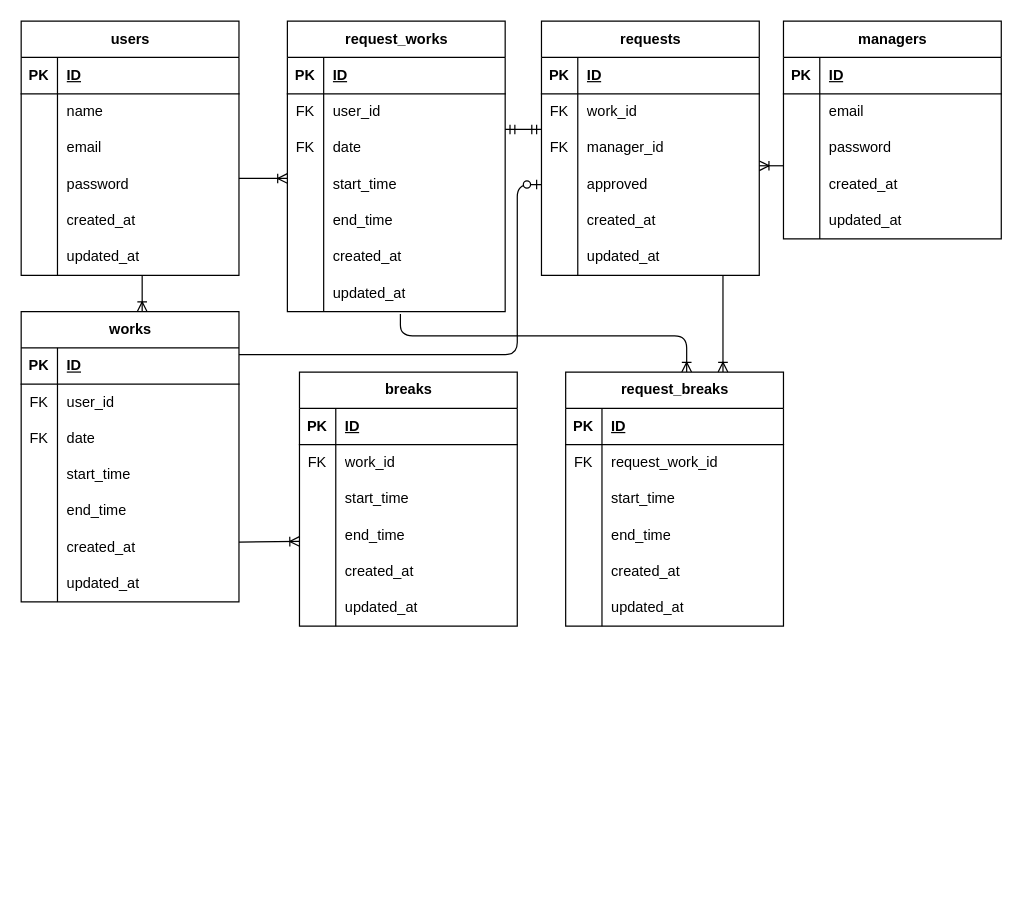
Above: kintai-app.dio in aya1204/kintai-app (draw.io), before the change. Source tidied: cells renumbered, new cells numbered last; positions are measured from the earlier drawing's top-left corner, leaving out a move shared by most shapes. Both pictures are drawn from the tidied source at 121%, with x=0, y=0 at pixel (21, 21).
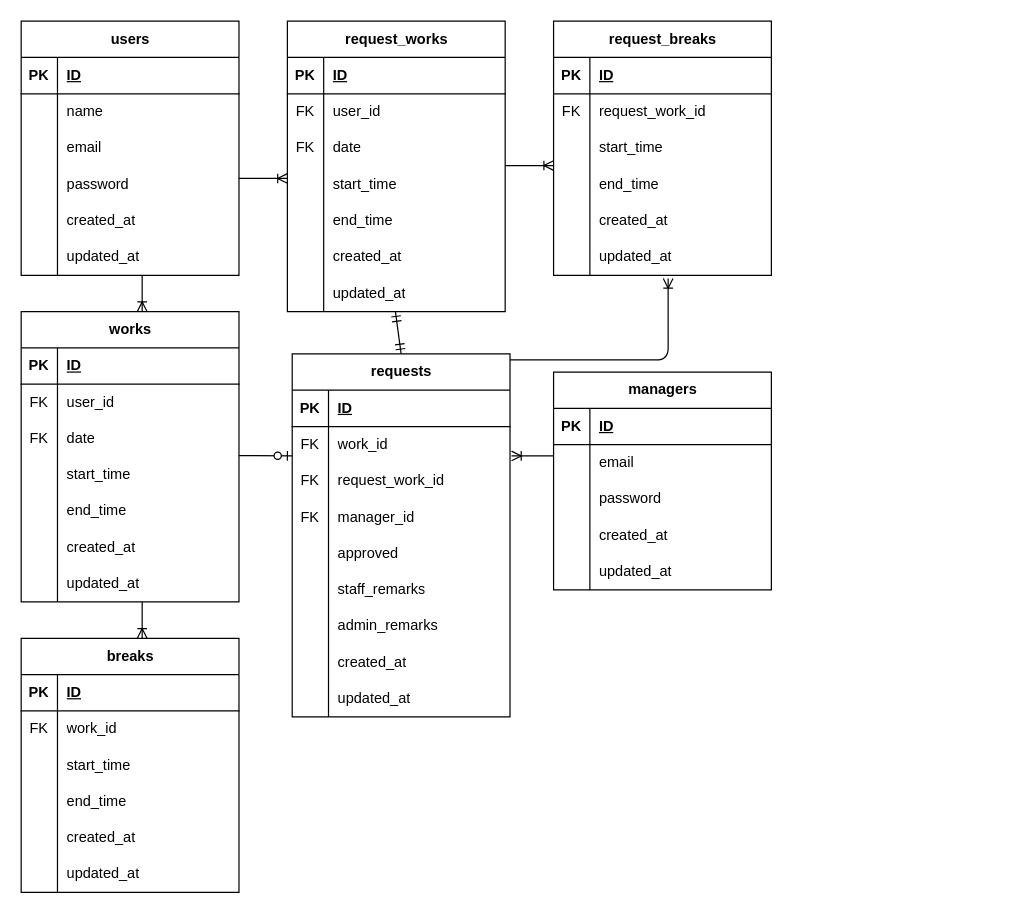
The same diagram, later.

Unchanged cells that the change refers to:
```xml
<mxCell id="82" style="shape=tableRow;horizontal=0;startSize=0;swimlaneHead=0;swimlaneBody=0;fillColor=none;points=[[0,0.5],[1,0.5]];portConstraint=eastwest;top=0;left=0;right=0;bottom=0;" parent="78" vertex="1">
  <mxGeometry y="60" width="180" height="30" as="geometry" />
</mxCell>
<mxCell id="120" style="shape=tableRow;horizontal=0;startSize=0;swimlaneHead=0;swimlaneBody=0;fillColor=none;points=[[0,0.5],[1,0.5]];portConstraint=eastwest;top=0;left=0;right=0;bottom=0;" parent="101" vertex="1">
  <mxGeometry y="210" width="180" height="30" as="geometry" />
</mxCell>
<mxCell id="139" style="shape=tableRow;horizontal=0;startSize=0;swimlaneHead=0;swimlaneBody=0;fillColor=none;points=[[0,0.5],[1,0.5]];portConstraint=eastwest;top=0;left=0;right=0;bottom=0;" parent="123" vertex="1">
  <mxGeometry y="180" width="180" height="30" as="geometry" />
</mxCell>
```

The edit, as a diff of the source:
```diff
@@
     <mxCell id="21" value="managers" style="shape=table;startSize=30;childLayout=tableLayout;rowLines=0;fontStyle=1;align=center;html=1;" parent="1" vertex="1">
-      <mxGeometry x="630" width="180" height="180" as="geometry" />
+      <mxGeometry x="440" y="290" width="180" height="180" as="geometry" />
     </mxCell>
@@
     <mxCell id="59" value="breaks" style="shape=table;startSize=30;childLayout=tableLayout;rowLines=0;fontStyle=1;align=center;html=1;" parent="1" vertex="1">
-      <mxGeometry x="230" y="290" width="180" height="210" as="geometry" />
+      <mxGeometry y="510" width="180" height="210" as="geometry" />
     </mxCell>
@@
     <mxCell id="78" value="requests" style="shape=table;startSize=30;childLayout=tableLayout;rowLines=0;fontStyle=1;align=center;html=1;" parent="1" vertex="1">
-      <mxGeometry x="430" width="180" height="210" as="geometry" />
+      <mxGeometry x="224" y="275" width="180" height="300" as="geometry" />
     </mxCell>
@@
+    <mxCell id="146" style="shape=tableRow;horizontal=0;startSize=0;swimlaneHead=0;swimlaneBody=0;fillColor=none;top=0;left=0;right=0;bottom=0;" parent="78" vertex="1">
+      <mxGeometry y="90" width="180" height="30" as="geometry" />
+    </mxCell>
+    <mxCell id="147" value="FK" style="shape=partialRectangle;fillColor=none;top=0;left=0;bottom=0;right=0;overflow=hidden;whiteSpace=wrap;html=1;" parent="146" vertex="1">
+      <mxGeometry width="30" height="30" as="geometry" />
+    </mxCell>
+    <mxCell id="148" value="request_work_id" style="shape=partialRectangle;fillColor=none;top=0;left=0;bottom=0;right=0;align=left;spacingLeft=6;overflow=hidden;whiteSpace=wrap;html=1;" parent="146" vertex="1">
+      <mxGeometry x="30" width="150" height="30" as="geometry" />
+    </mxCell>
     <mxCell id="85" style="shape=tableRow;horizontal=0;startSize=0;swimlaneHead=0;swimlaneBody=0;fillColor=none;top=0;left=0;right=0;bottom=0;" parent="78" vertex="1">
-      <mxGeometry y="90" width="180" height="30" as="geometry" />
+      <mxGeometry y="120" width="180" height="30" as="geometry" />
     </mxCell>
@@
     <mxCell id="88" style="shape=tableRow;horizontal=0;startSize=0;swimlaneHead=0;swimlaneBody=0;fillColor=none;points=[[0,0.5],[1,0.5]];portConstraint=eastwest;top=0;left=0;right=0;bottom=0;" parent="78" vertex="1">
-      <mxGeometry y="120" width="180" height="30" as="geometry" />
+      <mxGeometry y="150" width="180" height="30" as="geometry" />
     </mxCell>
@@
+    <mxCell id="149" style="shape=tableRow;horizontal=0;startSize=0;swimlaneHead=0;swimlaneBody=0;fillColor=none;top=0;left=0;right=0;bottom=0;" parent="78" vertex="1">
+      <mxGeometry y="180" width="180" height="30" as="geometry" />
+    </mxCell>
+    <mxCell id="150" style="shape=partialRectangle;fillColor=none;top=0;left=0;bottom=0;right=0;overflow=hidden;whiteSpace=wrap;html=1;" parent="149" vertex="1">
+      <mxGeometry width="30" height="30" as="geometry" />
+    </mxCell>
+    <mxCell id="151" value="staff_remarks" style="shape=partialRectangle;fillColor=none;top=0;left=0;bottom=0;right=0;align=left;spacingLeft=6;overflow=hidden;whiteSpace=wrap;html=1;" parent="149" vertex="1">
+      <mxGeometry x="30" width="150" height="30" as="geometry" />
+    </mxCell>
+    <mxCell id="152" style="shape=tableRow;horizontal=0;startSize=0;swimlaneHead=0;swimlaneBody=0;fillColor=none;top=0;left=0;right=0;bottom=0;" parent="78" vertex="1">
+      <mxGeometry y="210" width="180" height="30" as="geometry" />
+    </mxCell>
+    <mxCell id="153" style="shape=partialRectangle;fillColor=none;top=0;left=0;bottom=0;right=0;overflow=hidden;whiteSpace=wrap;html=1;" parent="152" vertex="1">
+      <mxGeometry width="30" height="30" as="geometry" />
+    </mxCell>
+    <mxCell id="154" value="admin_remarks" style="shape=partialRectangle;fillColor=none;top=0;left=0;bottom=0;right=0;align=left;spacingLeft=6;overflow=hidden;whiteSpace=wrap;html=1;" parent="152" vertex="1">
+      <mxGeometry x="30" width="150" height="30" as="geometry" />
+    </mxCell>
     <mxCell id="91" style="shape=tableRow;horizontal=0;startSize=0;swimlaneHead=0;swimlaneBody=0;fillColor=none;top=0;left=0;right=0;bottom=0;" parent="78" vertex="1">
-      <mxGeometry y="150" width="180" height="30" as="geometry" />
+      <mxGeometry y="240" width="180" height="30" as="geometry" />
     </mxCell>
@@
     <mxCell id="94" style="shape=tableRow;horizontal=0;startSize=0;swimlaneHead=0;swimlaneBody=0;fillColor=none;top=0;left=0;right=0;bottom=0;" parent="78" vertex="1">
-      <mxGeometry y="180" width="180" height="30" as="geometry" />
+      <mxGeometry y="270" width="180" height="30" as="geometry" />
     </mxCell>
@@
-    <mxCell id="97" style="fontSize=12;html=1;endArrow=ERoneToMany;" parent="1" edge="1">
+    <mxCell id="97" style="fontSize=12;html=1;endArrow=ERoneToMany;edgeStyle=orthogonalEdgeStyle;entryX=0.526;entryY=1.089;entryDx=0;entryDy=0;entryPerimeter=0;" parent="1" edge="1" target="139">
       <mxGeometry relative="1" as="geometry">
-        <mxPoint x="630" y="119.5" as="sourcePoint" />
-        <mxPoint x="610" y="119.5" as="targetPoint" />
+        <mxPoint x="404" y="280" as="sourcePoint" />
+        <Array as="points">
+          <mxPoint x="535" y="280" />
+        </Array>
       </mxGeometry>
     </mxCell>
-    <mxCell id="98" style="fontSize=12;html=1;endArrow=ERoneToMany;exitX=1.011;exitY=0.183;exitDx=0;exitDy=0;exitPerimeter=0;" parent="1" edge="1">
-      <mxGeometry relative="1" as="geometry">
-        <mxPoint x="180" y="430.5" as="sourcePoint" />
-        <mxPoint x="230" y="430" as="targetPoint" />
-      </mxGeometry>
-    </mxCell>
@@
-    <mxCell id="100" style="fontSize=12;html=1;endArrow=ERzeroToOne;endFill=1;exitX=1.011;exitY=0.083;exitDx=0;exitDy=0;exitPerimeter=0;edgeStyle=orthogonalEdgeStyle;entryX=0;entryY=0.5;entryDx=0;entryDy=0;" parent="1" edge="1" target="88">
+    <mxCell id="100" style="fontSize=12;html=1;endArrow=ERzeroToOne;endFill=1;" parent="1" edge="1">
       <mxGeometry relative="1" as="geometry">
-        <mxPoint x="180" y="275.5" as="sourcePoint" />
-        <Array as="points">
-          <mxPoint x="410" y="276" />
-          <mxPoint x="410" y="135" />
-        </Array>
+        <mxPoint x="180" y="359" as="sourcePoint" />
+        <mxPoint x="224" y="359.3" as="targetPoint" />
       </mxGeometry>
     </mxCell>
@@
     <mxCell id="123" value="request_breaks" style="shape=table;startSize=30;childLayout=tableLayout;rowLines=0;fontStyle=1;align=center;html=1;" parent="1" vertex="1">
-      <mxGeometry x="450" y="290" width="180" height="210" as="geometry" />
+      <mxGeometry x="440" width="180" height="210" as="geometry" />
     </mxCell>
@@
-    <mxCell id="143" style="fontSize=12;html=1;endArrow=ERoneToMany;edgeStyle=orthogonalEdgeStyle;exitX=0.519;exitY=1.067;exitDx=0;exitDy=0;exitPerimeter=0;" parent="1" edge="1" source="120">
-      <mxGeometry relative="1" as="geometry">
-        <mxPoint x="550" y="290" as="targetPoint" />
-        <Array as="points">
-          <mxPoint x="313" y="260" />
-          <mxPoint x="550" y="260" />
-        </Array>
-      </mxGeometry>
-    </mxCell>
-    <mxCell id="144" style="fontSize=12;html=1;endArrow=ERmandOne;startArrow=ERmandOne;" parent="1" edge="1">
+    <mxCell id="144" style="fontSize=12;html=1;endArrow=ERmandOne;startArrow=ERmandOne;entryX=0.5;entryY=0;entryDx=0;entryDy=0;" parent="1" edge="1" target="78">
       <mxGeometry relative="1" as="geometry">
-        <mxPoint x="400" y="89.5" as="sourcePoint" />
-        <mxPoint x="430" y="89.5" as="targetPoint" />
+        <mxPoint x="309.3" y="240" as="sourcePoint" />
       </mxGeometry>
     </mxCell>
-    <mxCell id="145" style="fontSize=12;html=1;endArrow=ERoneToMany;" parent="1" edge="1">
+    <mxCell id="145" style="fontSize=12;html=1;endArrow=ERoneToMany;entryX=1.007;entryY=0.811;entryDx=0;entryDy=0;entryPerimeter=0;" parent="1" edge="1" target="82">
       <mxGeometry relative="1" as="geometry">
-        <mxPoint x="580" y="210" as="sourcePoint" />
-        <mxPoint x="580" y="290" as="targetPoint" />
+        <mxPoint x="440" y="359.3" as="sourcePoint" />
       </mxGeometry>
     </mxCell>
+    <mxCell id="155" style="fontSize=12;html=1;endArrow=ERoneToMany;" parent="1" edge="1">
+      <mxGeometry relative="1" as="geometry">
+        <mxPoint x="100" y="480" as="sourcePoint" />
+        <mxPoint x="100" y="510" as="targetPoint" />
+      </mxGeometry>
+    </mxCell>
+    <mxCell id="156" style="fontSize=12;html=1;endArrow=ERoneToMany;exitX=0;exitY=0.5;exitDx=0;exitDy=0;" parent="1" edge="1">
+      <mxGeometry relative="1" as="geometry">
+        <mxPoint x="400" y="119.3" as="sourcePoint" />
+        <mxPoint x="440" y="119.3" as="targetPoint" />
+      </mxGeometry>
+    </mxCell>
```
